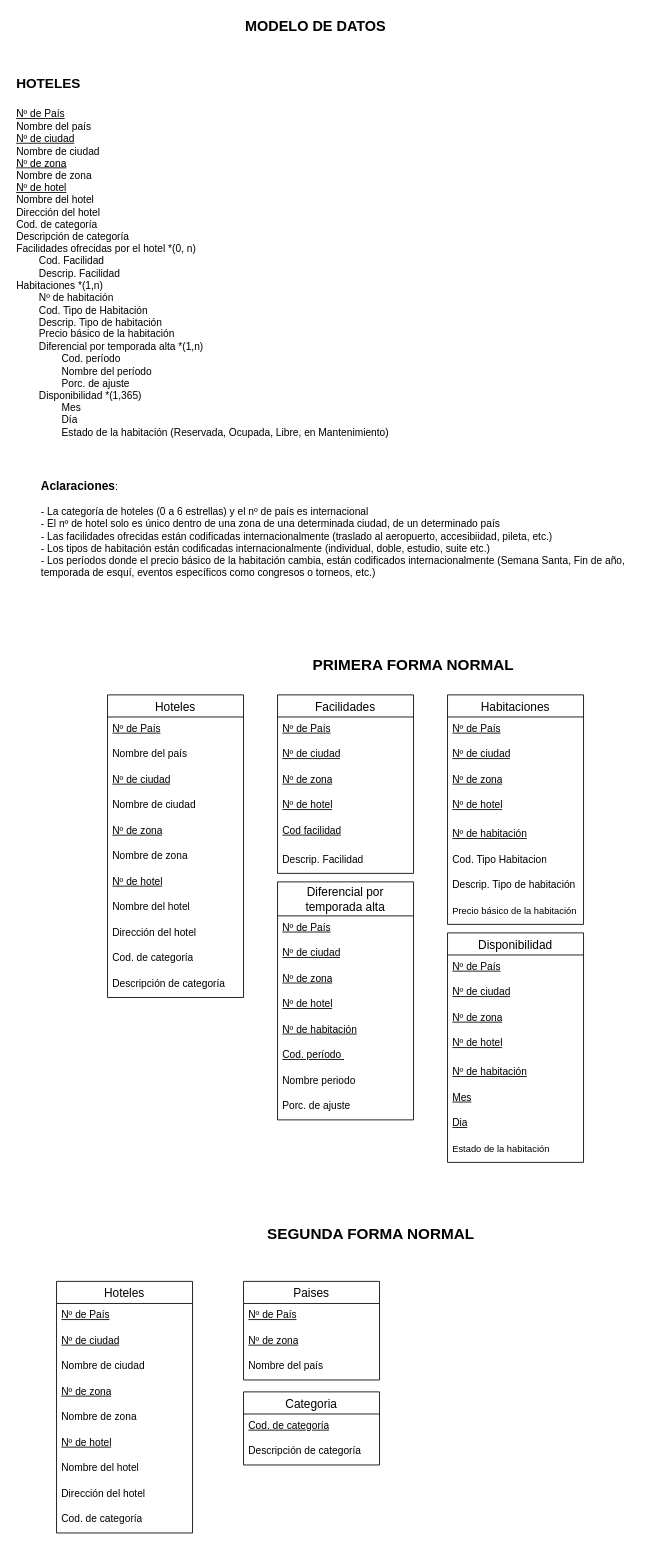
This is Diagrama-Entidad-Relacion.drawio from FrancoSimonFormia/TP-Hoteles-DABD-Grupo11, a draw.io file, before an edit. Source tidied: cells renumbered, new cells numbered last; positions are measured from the earlier drawing's top-left corner, leaving out a move shared by most shapes. Both pictures are drawn from the tidied source at 85%, with x=0, y=0 at pixel (14, 14).
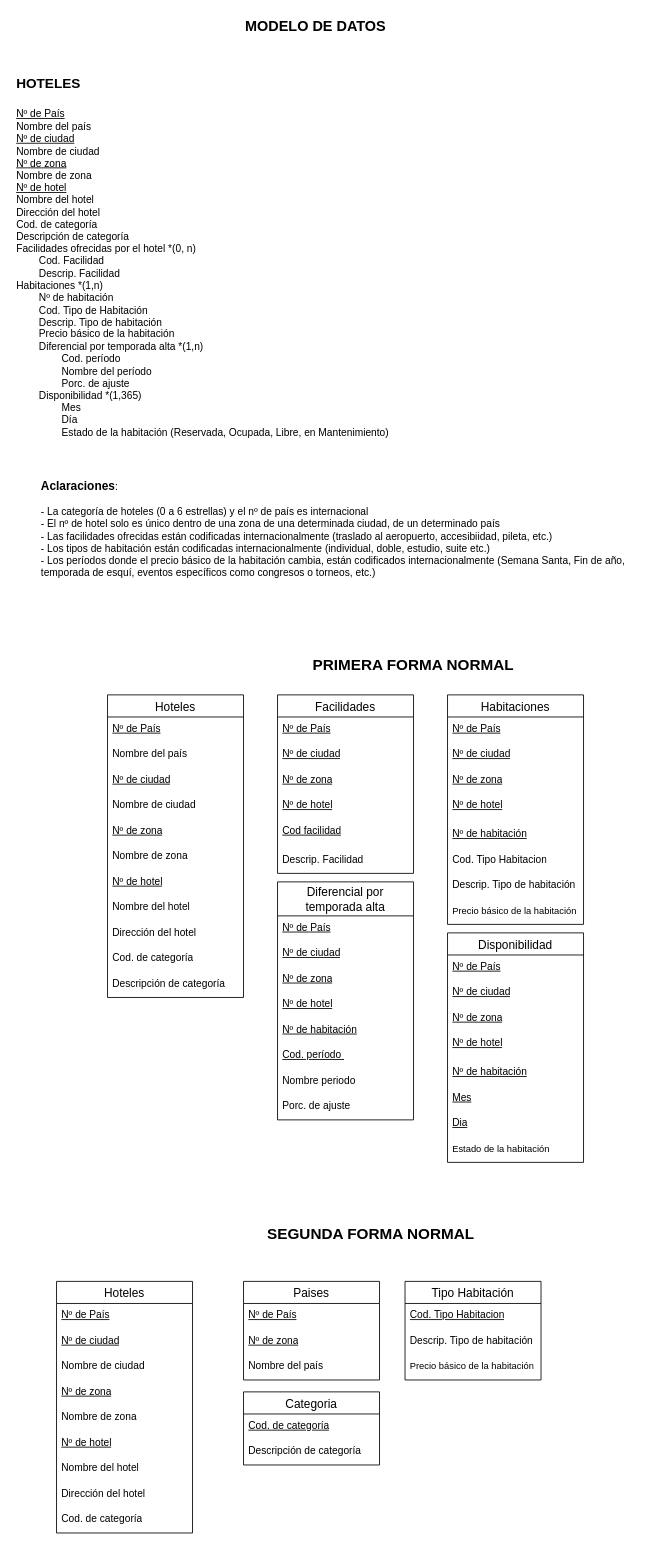
The same diagram, later.

The edit, as a diff of the source:
```diff
@@
+    <mxCell id="70" value="Tipo Habitación" style="swimlane;fontStyle=0;horizontal=1;startSize=26;align=center;fontSize=14;" parent="1" vertex="1">
+      <mxGeometry x="459" y="1490" width="160" height="116" as="geometry" />
+    </mxCell>
+    <mxCell id="71" value="&lt;u&gt;Cod. Tipo Habitacion&lt;/u&gt;" style="text;strokeColor=none;fillColor=none;spacingLeft=4;spacingRight=4;overflow=hidden;fontSize=12;whiteSpace=wrap;html=1;" parent="70" vertex="1">
+      <mxGeometry y="26" width="160" height="30" as="geometry" />
+    </mxCell>
+    <mxCell id="72" value="Descrip. Tipo de habitación" style="text;strokeColor=none;fillColor=none;spacingLeft=4;spacingRight=4;overflow=hidden;fontSize=12;whiteSpace=wrap;html=1;" parent="70" vertex="1">
+      <mxGeometry y="56" width="160" height="30" as="geometry" />
+    </mxCell>
+    <mxCell id="73" value="&lt;font style=&quot;font-size: 11px;&quot;&gt;Precio básico de la habitación&lt;/font&gt;" style="text;strokeColor=none;fillColor=none;spacingLeft=4;spacingRight=4;overflow=hidden;fontSize=12;whiteSpace=wrap;html=1;align=left;" parent="70" vertex="1">
+      <mxGeometry y="86" width="160" height="30" as="geometry" />
+    </mxCell>
```
